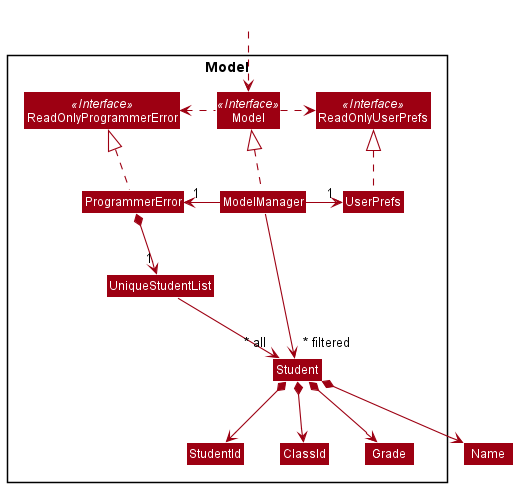
The PlantUML diagram docs/images/ModelClassDiagram.png in nus-cs2103-AY2122S1/tp, before a commit.
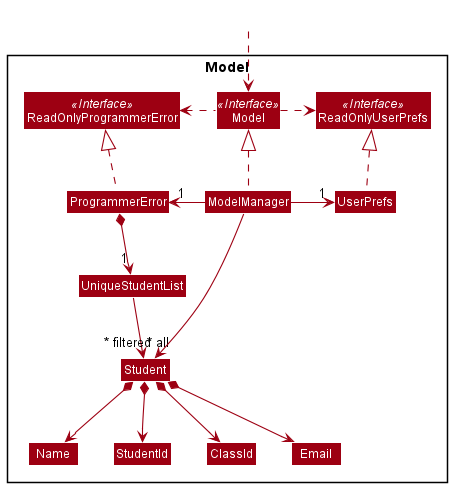
After the change.

Change to the diagram source:
```diff
@@ -17,10 +17,11 @@
 
 
 Class UniqueStudentList
+Class Name
 Class Student
 Class StudentId
 Class ClassId
-Class Grade
+Class Email
 
 }
 
@@ -42,11 +43,11 @@
 Student *--> Name
 Student *--> StudentId
 Student *--> ClassId
-Student *--> Grade
+Student *--> Email
 
 Name -[hidden]right-> StudentId
 StudentId -[hidden]right-> ClassId
-ClassId -[hidden]right-> Grade
+ClassId -[hidden]right-> Email
 
 ModelManager -->"~* filtered" Student
 @enduml
```
